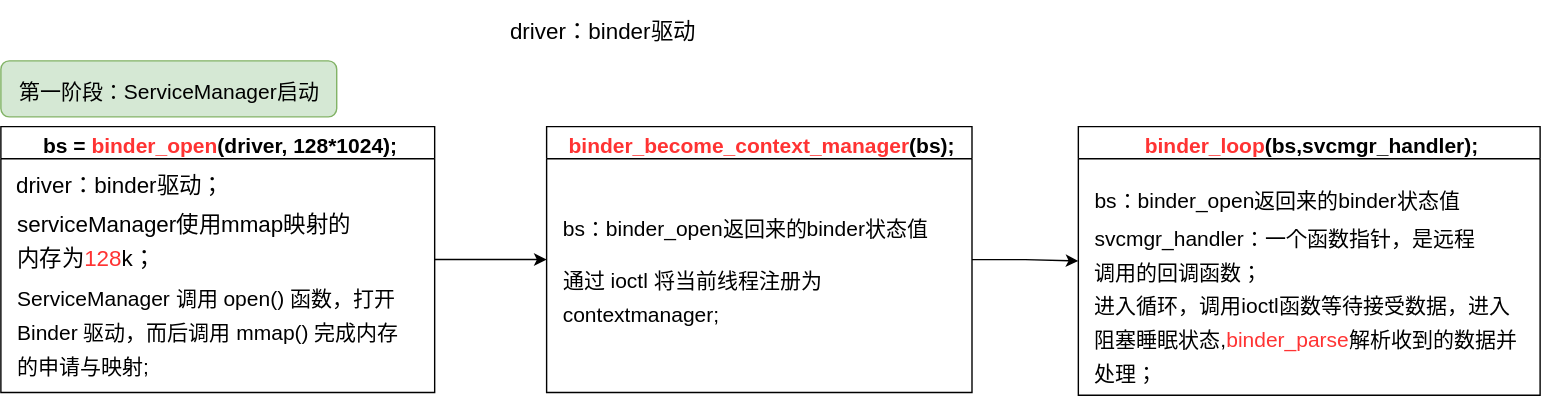
Before: Binder服务注册过程.drawio.svg, a diagram exported from draw.io (guozhenguang/picture). Source tidied: cells renumbered, new cells last; positions are measured from the earlier drawing's top-left corner, leaving out a move shared by most shapes.
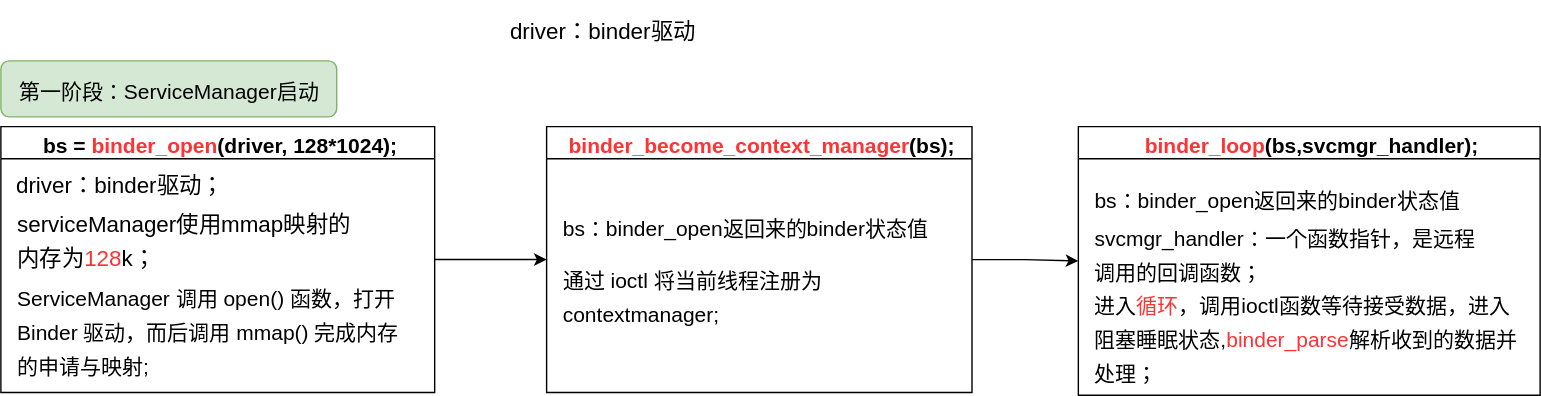
The same file after the commit.

Commit message:
更新Binder服务注册过程.drawio.svg

Diff of the diagram source:
```diff
@@ -38,7 +38,7 @@
     <mxCell id="13" value="&lt;font style=&quot;font-size: 15px;&quot; face=&quot;Helvetica&quot;&gt;&amp;nbsp;&lt;font color=&quot;#ff3333&quot;&gt;binder_loop&lt;/font&gt;(bs,svcmgr_handler);&lt;/font&gt;" style="swimlane;whiteSpace=wrap;html=1;hachureGap=4;fontFamily=Architects Daughter;fontSource=https%3A%2F%2Ffonts.googleapis.com%2Fcss%3Ffamily%3DArchitects%2BDaughter;fontSize=20;" parent="1" vertex="1">
       <mxGeometry x="770" y="90" width="330" height="192" as="geometry" />
     </mxCell>
-    <mxCell id="14" value="&lt;font style=&quot;font-size: 15px;&quot; face=&quot;Helvetica&quot;&gt;&lt;span style=&quot;&quot;&gt;进入循环，调用ioctl函数等待接受数据，进入&lt;br&gt;&lt;/span&gt;阻塞睡眠状态,&lt;font color=&quot;#ff3333&quot;&gt;binder_parse&lt;/font&gt;解析收到的数据并&lt;br&gt;处理；&lt;/font&gt;" style="text;html=1;align=left;verticalAlign=middle;strokeColor=none;fillColor=none;fontSize=20;fontFamily=Architects Daughter;" parent="13" vertex="1">
+    <mxCell id="14" value="&lt;font style=&quot;font-size: 15px;&quot; face=&quot;Helvetica&quot;&gt;进入&lt;font color=&quot;#ff3333&quot;&gt;循环&lt;/font&gt;，调用ioctl函数等待接受数据，进入&lt;br&gt;阻塞睡眠状态,&lt;font color=&quot;#ff3333&quot;&gt;binder_parse&lt;/font&gt;解析收到的数据并&lt;br&gt;处理；&lt;/font&gt;" style="text;html=1;align=left;verticalAlign=middle;strokeColor=none;fillColor=none;fontSize=20;fontFamily=Architects Daughter;" parent="13" vertex="1">
       <mxGeometry x="10" y="108" width="320" height="84" as="geometry" />
     </mxCell>
     <mxCell id="15" value="&lt;font face=&quot;Helvetica&quot;&gt;&lt;span style=&quot;font-size: 15px;&quot;&gt;bs：binder_open返回来的binder状态值&lt;/span&gt;&lt;/font&gt;" style="text;html=1;align=left;verticalAlign=middle;strokeColor=none;fillColor=none;fontSize=20;fontFamily=Architects Daughter;" parent="13" vertex="1">
```
